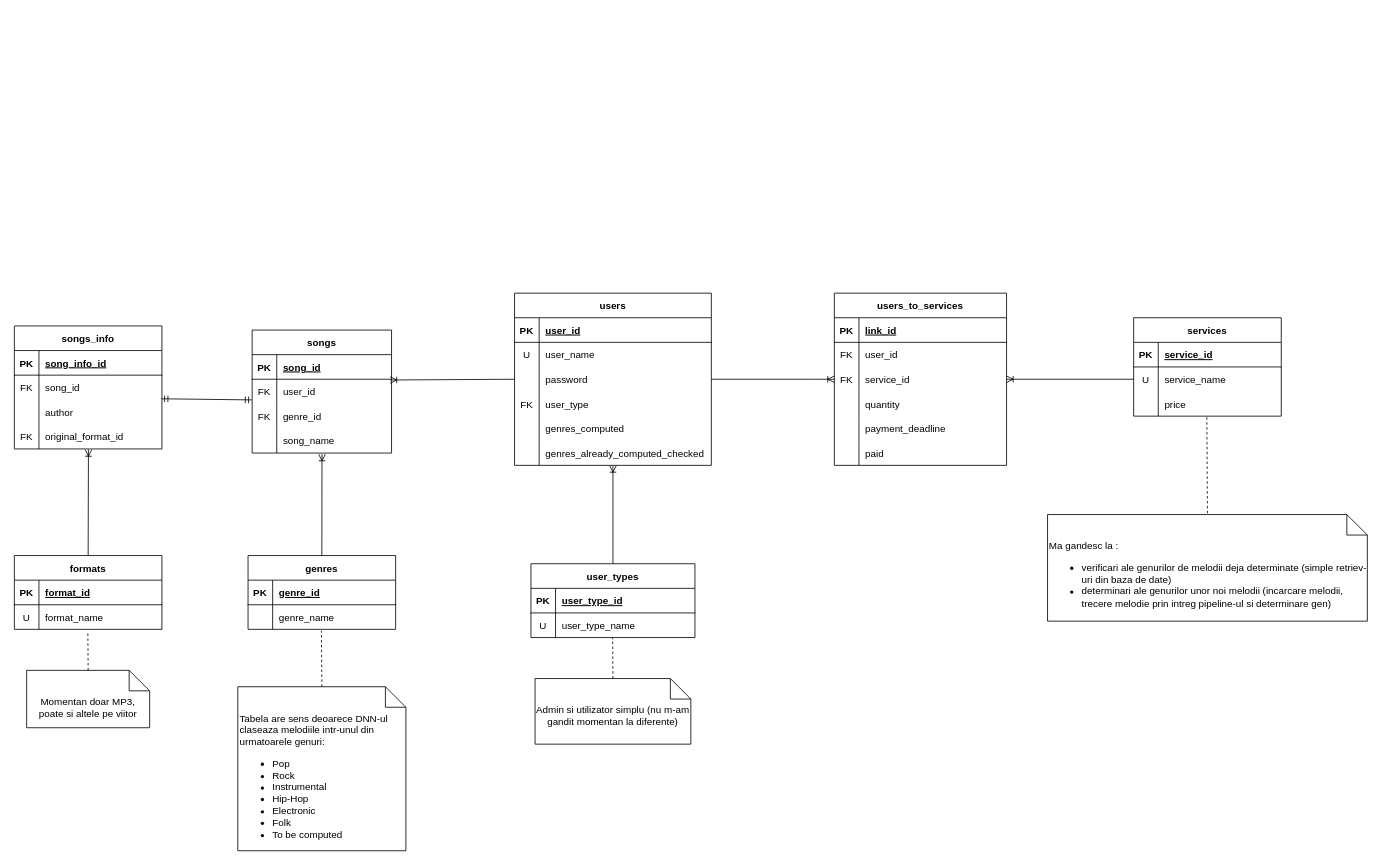
Above: diagrams/Diagrama ER.drawio in PetruBabiuc/MusicGenreComputationMicroservices (draw.io), before the change. Source tidied: cells renumbered, new cells numbered last; positions are measured from the earlier drawing's top-left corner, leaving out a move shared by most shapes. Both pictures are drawn from the tidied source at 82%, with x=0, y=0 at pixel (14, 293).
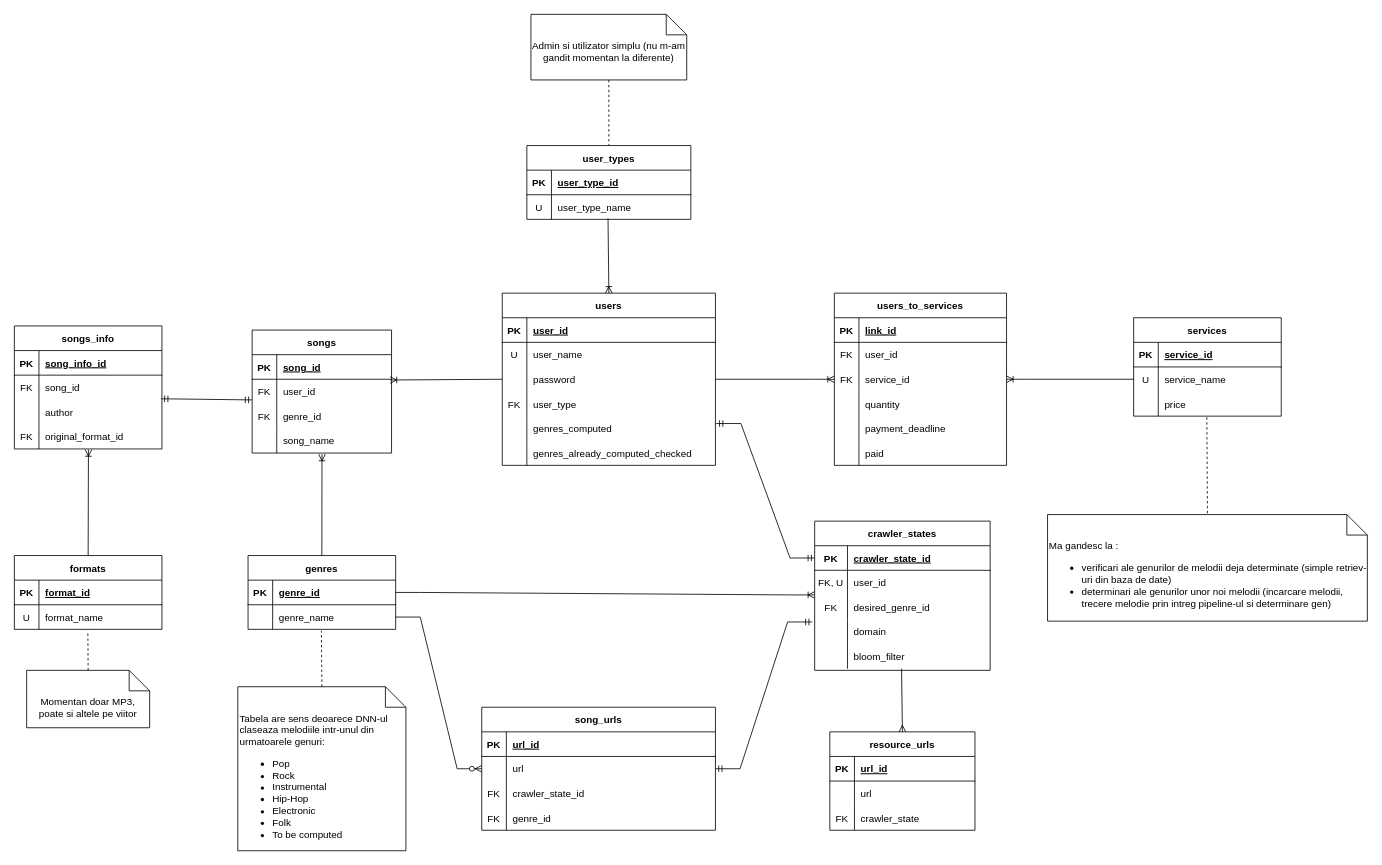
The same page after the edit.

The change refers to these unchanged cells:
```xml
<mxCell id="25" style="shape=tableRow;horizontal=0;startSize=0;swimlaneHead=0;swimlaneBody=0;fillColor=none;points=[[0,0.5],[1,0.5]];portConstraint=eastwest;top=0;left=0;right=0;bottom=0;" parent="21" vertex="1">
  <mxGeometry y="60" width="200" height="30" as="geometry" />
</mxCell>
<mxCell id="42" style="shape=tableRow;horizontal=0;startSize=0;swimlaneHead=0;swimlaneBody=0;fillColor=none;points=[[0,0.5],[1,0.5]];portConstraint=eastwest;top=0;left=0;right=0;bottom=1;" parent="41" vertex="1">
  <mxGeometry y="30" width="180" height="30" as="geometry" />
</mxCell>
<mxCell id="45" style="shape=tableRow;horizontal=0;startSize=0;swimlaneHead=0;swimlaneBody=0;fillColor=none;points=[[0,0.5],[1,0.5]];portConstraint=eastwest;top=0;left=0;right=0;bottom=0;" parent="41" vertex="1">
  <mxGeometry y="60" width="180" height="30" as="geometry" />
</mxCell>
```

The edit, as a diff of the source:
```diff
@@
     <mxCell id="2" value="users" style="shape=table;startSize=30;childLayout=tableLayout;rowLines=0;fontStyle=1;align=center;" parent="1" vertex="1">
-      <mxGeometry x="610" width="240" height="210" as="geometry" />
+      <mxGeometry x="595" width="260" height="210" as="geometry" />
     </mxCell>
     <mxCell id="3" style="shape=tableRow;horizontal=0;startSize=0;swimlaneHead=0;swimlaneBody=0;fillColor=none;top=0;left=0;right=0;bottom=1;" parent="2" vertex="1">
-      <mxGeometry y="30" width="240" height="30" as="geometry" />
+      <mxGeometry y="30" width="260" height="30" as="geometry" />
     </mxCell>
@@
     <mxCell id="5" value="user_id" style="shape=partialRectangle;fillColor=none;top=0;left=0;bottom=0;right=0;align=left;spacingLeft=6;fontStyle=5;overflow=hidden;" parent="3" vertex="1">
-      <mxGeometry x="30" width="210" height="30" as="geometry" />
+      <mxGeometry x="30" width="230" height="30" as="geometry" />
     </mxCell>
     <mxCell id="6" style="shape=tableRow;horizontal=0;startSize=0;swimlaneHead=0;swimlaneBody=0;fillColor=none;top=0;left=0;right=0;bottom=0;" parent="2" vertex="1">
-      <mxGeometry y="60" width="240" height="30" as="geometry" />
+      <mxGeometry y="60" width="260" height="30" as="geometry" />
     </mxCell>
@@
     <mxCell id="8" value="user_name" style="shape=partialRectangle;fillColor=none;top=0;left=0;bottom=0;right=0;align=left;spacingLeft=6;overflow=hidden;" parent="6" vertex="1">
-      <mxGeometry x="30" width="210" height="30" as="geometry" />
+      <mxGeometry x="30" width="230" height="30" as="geometry" />
     </mxCell>
     <mxCell id="9" style="shape=tableRow;horizontal=0;startSize=0;swimlaneHead=0;swimlaneBody=0;fillColor=none;points=[[0,0.5],[1,0.5]];portConstraint=eastwest;top=0;left=0;right=0;bottom=0;" parent="2" vertex="1">
-      <mxGeometry y="90" width="240" height="30" as="geometry" />
+      <mxGeometry y="90" width="260" height="30" as="geometry" />
     </mxCell>
@@
     <mxCell id="11" value="password" style="shape=partialRectangle;fillColor=none;top=0;left=0;bottom=0;right=0;align=left;spacingLeft=6;overflow=hidden;" parent="9" vertex="1">
-      <mxGeometry x="30" width="210" height="30" as="geometry" />
+      <mxGeometry x="30" width="230" height="30" as="geometry" />
     </mxCell>
     <mxCell id="12" style="shape=tableRow;horizontal=0;startSize=0;swimlaneHead=0;swimlaneBody=0;fillColor=none;top=0;left=0;right=0;bottom=0;" parent="2" vertex="1">
-      <mxGeometry y="120" width="240" height="30" as="geometry" />
+      <mxGeometry y="120" width="260" height="30" as="geometry" />
     </mxCell>
@@
     <mxCell id="14" value="user_type" style="shape=partialRectangle;fillColor=none;top=0;left=0;bottom=0;right=0;align=left;spacingLeft=6;overflow=hidden;" parent="12" vertex="1">
-      <mxGeometry x="30" width="210" height="30" as="geometry" />
+      <mxGeometry x="30" width="230" height="30" as="geometry" />
     </mxCell>
     <mxCell id="15" style="shape=tableRow;horizontal=0;startSize=0;swimlaneHead=0;swimlaneBody=0;fillColor=none;points=[[0,0.5],[1,0.5]];portConstraint=eastwest;top=0;left=0;right=0;bottom=0;" parent="2" vertex="1">
-      <mxGeometry y="150" width="240" height="30" as="geometry" />
+      <mxGeometry y="150" width="260" height="30" as="geometry" />
     </mxCell>
@@
     <mxCell id="17" value="genres_computed" style="shape=partialRectangle;fillColor=none;top=0;left=0;bottom=0;right=0;align=left;spacingLeft=6;fontStyle=0;overflow=hidden;" parent="15" vertex="1">
-      <mxGeometry x="30" width="210" height="30" as="geometry" />
+      <mxGeometry x="30" width="230" height="30" as="geometry" />
     </mxCell>
     <mxCell id="18" style="shape=tableRow;horizontal=0;startSize=0;swimlaneHead=0;swimlaneBody=0;fillColor=none;points=[[0,0.5],[1,0.5]];portConstraint=eastwest;top=0;left=0;right=0;bottom=0;" parent="2" vertex="1">
-      <mxGeometry y="180" width="240" height="30" as="geometry" />
+      <mxGeometry y="180" width="260" height="30" as="geometry" />
     </mxCell>
@@
     <mxCell id="20" value="genres_already_computed_checked" style="shape=partialRectangle;fillColor=none;top=0;left=0;bottom=0;right=0;align=left;spacingLeft=6;fontStyle=0;overflow=hidden;" parent="18" vertex="1">
-      <mxGeometry x="30" width="210" height="30" as="geometry" />
+      <mxGeometry x="30" width="230" height="30" as="geometry" />
     </mxCell>
     <mxCell id="21" value="user_types" style="shape=table;startSize=30;childLayout=tableLayout;rowLines=0;fontStyle=1;align=center;" parent="1" vertex="1">
-      <mxGeometry x="630" y="330" width="200" height="90" as="geometry" />
+      <mxGeometry x="625" y="-180" width="200" height="90" as="geometry" />
     </mxCell>
@@
-    <mxCell id="50" style="fontSize=12;html=1;endArrow=ERoneToMany;rounded=0;entryX=0.5;entryY=1.011;entryDx=0;entryDy=0;exitX=0.5;exitY=0;exitDx=0;exitDy=0;entryPerimeter=0;" parent="1" edge="1" source="21" target="18">
+    <mxCell id="50" style="fontSize=12;html=1;endArrow=ERoneToMany;rounded=0;exitX=0.495;exitY=0.967;exitDx=0;exitDy=0;entryX=0.5;entryY=0;entryDx=0;entryDy=0;exitPerimeter=0;" parent="1" edge="1" source="25" target="2">
       <mxGeometry relative="1" as="geometry" />
     </mxCell>
@@
     <mxCell id="85" value="Admin si utilizator simplu (nu m-am gandit momentan la diferente)" style="shape=note2;boundedLbl=1;whiteSpace=wrap;html=1;size=25;verticalAlign=top;align=center;" parent="1" vertex="1">
-      <mxGeometry x="635" y="470" width="190" height="80" as="geometry" />
+      <mxGeometry x="630" y="-340" width="190" height="80" as="geometry" />
     </mxCell>
@@
-    <mxCell id="89" style="endArrow=none;dashed=1;html=1;rounded=0;exitX=0.5;exitY=0;exitDx=0;exitDy=0;exitPerimeter=0;entryX=0.498;entryY=1.02;entryDx=0;entryDy=0;entryPerimeter=0;" parent="1" edge="1" source="85" target="25">
+    <mxCell id="89" style="endArrow=none;dashed=1;html=1;rounded=0;exitX=0.5;exitY=1;exitDx=0;exitDy=0;exitPerimeter=0;entryX=0.5;entryY=0;entryDx=0;entryDy=0;" parent="1" edge="1" source="85" target="21">
       <mxGeometry relative="1" as="geometry" />
     </mxCell>
@@
+    <mxCell id="112" value="crawler_states" style="shape=table;startSize=30;childLayout=tableLayout;rowLines=0;fontStyle=1;align=center;" parent="1" vertex="1">
+      <mxGeometry x="976" y="278" width="214" height="182" as="geometry" />
+    </mxCell>
+    <mxCell id="113" style="shape=tableRow;horizontal=0;startSize=0;swimlaneHead=0;swimlaneBody=0;fillColor=none;points=[[0,0.5],[1,0.5]];portConstraint=eastwest;top=0;left=0;right=0;bottom=1;" parent="112" vertex="1">
+      <mxGeometry y="30" width="214" height="30" as="geometry" />
+    </mxCell>
+    <mxCell id="114" value="PK" style="shape=partialRectangle;fillColor=none;top=0;left=0;bottom=0;right=0;fontStyle=1;overflow=hidden;" parent="113" vertex="1">
+      <mxGeometry width="40" height="30" as="geometry" />
+    </mxCell>
+    <mxCell id="115" value="crawler_state_id" style="shape=partialRectangle;fillColor=none;top=0;left=0;bottom=0;right=0;align=left;spacingLeft=6;fontStyle=5;overflow=hidden;" parent="113" vertex="1">
+      <mxGeometry x="40" width="174" height="30" as="geometry" />
+    </mxCell>
+    <mxCell id="116" style="shape=tableRow;horizontal=0;startSize=0;swimlaneHead=0;swimlaneBody=0;fillColor=none;top=0;left=0;right=0;bottom=0;" parent="112" vertex="1">
+      <mxGeometry y="60" width="214" height="30" as="geometry" />
+    </mxCell>
+    <mxCell id="117" value="FK, U" style="shape=partialRectangle;fillColor=none;top=0;left=0;bottom=0;right=0;overflow=hidden;" parent="116" vertex="1">
+      <mxGeometry width="40" height="30" as="geometry" />
+    </mxCell>
+    <mxCell id="118" value="user_id" style="shape=partialRectangle;fillColor=none;top=0;left=0;bottom=0;right=0;align=left;spacingLeft=6;overflow=hidden;" parent="116" vertex="1">
+      <mxGeometry x="40" width="174" height="30" as="geometry" />
+    </mxCell>
+    <mxCell id="119" style="shape=tableRow;horizontal=0;startSize=0;swimlaneHead=0;swimlaneBody=0;fillColor=none;points=[[0,0.5],[1,0.5]];portConstraint=eastwest;top=0;left=0;right=0;bottom=0;" parent="112" vertex="1">
+      <mxGeometry y="90" width="214" height="30" as="geometry" />
+    </mxCell>
+    <mxCell id="120" value="FK" style="shape=partialRectangle;fillColor=none;top=0;left=0;bottom=0;right=0;overflow=hidden;" parent="119" vertex="1">
+      <mxGeometry width="40" height="30" as="geometry" />
+    </mxCell>
+    <mxCell id="121" value="desired_genre_id" style="shape=partialRectangle;fillColor=none;top=0;left=0;bottom=0;right=0;align=left;spacingLeft=6;overflow=hidden;" parent="119" vertex="1">
+      <mxGeometry x="40" width="174" height="30" as="geometry" />
+    </mxCell>
+    <mxCell id="122" style="shape=tableRow;horizontal=0;startSize=0;swimlaneHead=0;swimlaneBody=0;fillColor=none;top=0;left=0;right=0;bottom=0;" parent="112" vertex="1">
+      <mxGeometry y="120" width="214" height="30" as="geometry" />
+    </mxCell>
+    <mxCell id="123" value="   " style="shape=partialRectangle;fillColor=none;top=0;left=0;bottom=0;right=0;fontStyle=0;overflow=hidden;" parent="122" vertex="1">
+      <mxGeometry width="40" height="30" as="geometry" />
+    </mxCell>
+    <mxCell id="124" value="domain" style="shape=partialRectangle;fillColor=none;top=0;left=0;bottom=0;right=0;align=left;spacingLeft=6;fontStyle=0;overflow=hidden;" parent="122" vertex="1">
+      <mxGeometry x="40" width="174" height="30" as="geometry" />
+    </mxCell>
+    <mxCell id="125" style="shape=tableRow;horizontal=0;startSize=0;swimlaneHead=0;swimlaneBody=0;fillColor=none;points=[[0,0.5],[1,0.5]];portConstraint=eastwest;top=0;left=0;right=0;bottom=0;" parent="112" vertex="1">
+      <mxGeometry y="150" width="214" height="30" as="geometry" />
+    </mxCell>
+    <mxCell id="126" style="shape=partialRectangle;fillColor=none;top=0;left=0;bottom=0;right=0;fontStyle=0;overflow=hidden;" parent="125" vertex="1">
+      <mxGeometry width="40" height="30" as="geometry" />
+    </mxCell>
+    <mxCell id="127" value="bloom_filter" style="shape=partialRectangle;fillColor=none;top=0;left=0;bottom=0;right=0;align=left;spacingLeft=6;fontStyle=0;overflow=hidden;" parent="125" vertex="1">
+      <mxGeometry x="40" width="174" height="30" as="geometry" />
+    </mxCell>
+    <mxCell id="128" style="edgeStyle=entityRelationEdgeStyle;fontSize=12;html=1;endArrow=ERmandOne;startArrow=ERmandOne;rounded=0;entryX=0;entryY=0.5;entryDx=0;entryDy=0;exitX=1.004;exitY=0.3;exitDx=0;exitDy=0;exitPerimeter=0;" parent="1" edge="1" source="15" target="113">
+      <mxGeometry relative="1" as="geometry" />
+    </mxCell>
+    <mxCell id="129" style="edgeStyle=entityRelationEdgeStyle;fontSize=12;html=1;endArrow=ERoneToMany;rounded=0;exitX=1;exitY=0.5;exitDx=0;exitDy=0;entryX=0;entryY=0;entryDx=0;entryDy=0;entryPerimeter=0;" parent="1" edge="1" source="42" target="119">
+      <mxGeometry relative="1" as="geometry" />
+    </mxCell>
+    <mxCell id="130" value="song_urls" style="shape=table;startSize=30;childLayout=tableLayout;rowLines=0;fontStyle=1;align=center;" parent="1" vertex="1">
+      <mxGeometry x="570" y="505" width="285" height="150" as="geometry" />
+    </mxCell>
+    <mxCell id="131" style="shape=tableRow;horizontal=0;startSize=0;swimlaneHead=0;swimlaneBody=0;fillColor=none;top=0;left=0;right=0;bottom=1;" parent="130" vertex="1">
+      <mxGeometry y="30" width="285" height="30" as="geometry" />
+    </mxCell>
+    <mxCell id="132" value="PK" style="shape=partialRectangle;fillColor=none;top=0;left=0;bottom=0;right=0;fontStyle=1;overflow=hidden;" parent="131" vertex="1">
+      <mxGeometry width="30" height="30" as="geometry" />
+    </mxCell>
+    <mxCell id="133" value="url_id" style="shape=partialRectangle;fillColor=none;top=0;left=0;bottom=0;right=0;align=left;spacingLeft=6;fontStyle=5;overflow=hidden;" parent="131" vertex="1">
+      <mxGeometry x="30" width="255" height="30" as="geometry" />
+    </mxCell>
+    <mxCell id="134" style="shape=tableRow;horizontal=0;startSize=0;swimlaneHead=0;swimlaneBody=0;fillColor=none;points=[[0,0.5],[1,0.5]];portConstraint=eastwest;top=0;left=0;right=0;bottom=0;" parent="130" vertex="1">
+      <mxGeometry y="60" width="285" height="30" as="geometry" />
+    </mxCell>
+    <mxCell id="135" style="shape=partialRectangle;fillColor=none;top=0;left=0;bottom=0;right=0;fontStyle=0;overflow=hidden;" parent="134" vertex="1">
+      <mxGeometry width="30" height="30" as="geometry" />
+    </mxCell>
+    <mxCell id="136" value="url" style="shape=partialRectangle;fillColor=none;top=0;left=0;bottom=0;right=0;align=left;spacingLeft=6;fontStyle=0;overflow=hidden;" parent="134" vertex="1">
+      <mxGeometry x="30" width="255" height="30" as="geometry" />
+    </mxCell>
+    <mxCell id="137" style="shape=tableRow;horizontal=0;startSize=0;swimlaneHead=0;swimlaneBody=0;fillColor=none;top=0;left=0;right=0;bottom=0;" parent="130" vertex="1">
+      <mxGeometry y="90" width="285" height="30" as="geometry" />
+    </mxCell>
+    <mxCell id="138" value="FK" style="shape=partialRectangle;fillColor=none;top=0;left=0;bottom=0;right=0;overflow=hidden;" parent="137" vertex="1">
+      <mxGeometry width="30" height="30" as="geometry" />
+    </mxCell>
+    <mxCell id="139" value="crawler_state_id" style="shape=partialRectangle;fillColor=none;top=0;left=0;bottom=0;right=0;align=left;spacingLeft=6;overflow=hidden;" parent="137" vertex="1">
+      <mxGeometry x="30" width="255" height="30" as="geometry" />
+    </mxCell>
+    <mxCell id="140" style="shape=tableRow;horizontal=0;startSize=0;swimlaneHead=0;swimlaneBody=0;fillColor=none;top=0;left=0;right=0;bottom=0;" parent="130" vertex="1">
+      <mxGeometry y="120" width="285" height="30" as="geometry" />
+    </mxCell>
+    <mxCell id="141" value="FK" style="shape=partialRectangle;fillColor=none;top=0;left=0;bottom=0;right=0;fontStyle=0;overflow=hidden;" parent="140" vertex="1">
+      <mxGeometry width="30" height="30" as="geometry" />
+    </mxCell>
+    <mxCell id="142" value="genre_id" style="shape=partialRectangle;fillColor=none;top=0;left=0;bottom=0;right=0;align=left;spacingLeft=6;fontStyle=0;overflow=hidden;" parent="140" vertex="1">
+      <mxGeometry x="30" width="255" height="30" as="geometry" />
+    </mxCell>
+    <mxCell id="143" style="edgeStyle=entityRelationEdgeStyle;fontSize=12;html=1;endArrow=ERmandOne;startArrow=ERmandOne;rounded=0;exitX=1;exitY=0.5;exitDx=0;exitDy=0;entryX=-0.014;entryY=1.1;entryDx=0;entryDy=0;entryPerimeter=0;" parent="1" edge="1" source="134" target="119">
+      <mxGeometry relative="1" as="geometry" />
+    </mxCell>
+    <mxCell id="144" style="edgeStyle=entityRelationEdgeStyle;fontSize=12;html=1;endArrow=ERzeroToMany;endFill=1;rounded=0;exitX=1;exitY=0.5;exitDx=0;exitDy=0;entryX=0;entryY=0.5;entryDx=0;entryDy=0;" parent="1" edge="1" source="45" target="134">
+      <mxGeometry relative="1" as="geometry" />
+    </mxCell>
+    <mxCell id="145" value="resource_urls" style="shape=table;startSize=30;childLayout=tableLayout;rowLines=0;fontStyle=1;align=center;" parent="1" vertex="1">
+      <mxGeometry x="994.5" y="535" width="177" height="120" as="geometry" />
+    </mxCell>
+    <mxCell id="146" style="shape=tableRow;horizontal=0;startSize=0;swimlaneHead=0;swimlaneBody=0;fillColor=none;top=0;left=0;right=0;bottom=1;" parent="145" vertex="1">
+      <mxGeometry y="30" width="177" height="30" as="geometry" />
+    </mxCell>
+    <mxCell id="147" value="PK" style="shape=partialRectangle;fillColor=none;top=0;left=0;bottom=0;right=0;fontStyle=1;overflow=hidden;" parent="146" vertex="1">
+      <mxGeometry width="30" height="30" as="geometry" />
+    </mxCell>
+    <mxCell id="148" value="url_id" style="shape=partialRectangle;fillColor=none;top=0;left=0;bottom=0;right=0;align=left;spacingLeft=6;fontStyle=5;overflow=hidden;" parent="146" vertex="1">
+      <mxGeometry x="30" width="147" height="30" as="geometry" />
+    </mxCell>
+    <mxCell id="149" style="shape=tableRow;horizontal=0;startSize=0;swimlaneHead=0;swimlaneBody=0;fillColor=none;top=0;left=0;right=0;bottom=0;" parent="145" vertex="1">
+      <mxGeometry y="60" width="177" height="30" as="geometry" />
+    </mxCell>
+    <mxCell id="150" style="shape=partialRectangle;fillColor=none;top=0;left=0;bottom=0;right=0;overflow=hidden;" parent="149" vertex="1">
+      <mxGeometry width="30" height="30" as="geometry" />
+    </mxCell>
+    <mxCell id="151" value="url" style="shape=partialRectangle;fillColor=none;top=0;left=0;bottom=0;right=0;align=left;spacingLeft=6;overflow=hidden;" parent="149" vertex="1">
+      <mxGeometry x="30" width="147" height="30" as="geometry" />
+    </mxCell>
+    <mxCell id="152" style="shape=tableRow;horizontal=0;startSize=0;swimlaneHead=0;swimlaneBody=0;fillColor=none;top=0;left=0;right=0;bottom=0;" parent="145" vertex="1">
+      <mxGeometry y="90" width="177" height="30" as="geometry" />
+    </mxCell>
+    <mxCell id="153" value="FK" style="shape=partialRectangle;fillColor=none;top=0;left=0;bottom=0;right=0;overflow=hidden;" parent="152" vertex="1">
+      <mxGeometry width="30" height="30" as="geometry" />
+    </mxCell>
+    <mxCell id="154" value="crawler_state" style="shape=partialRectangle;fillColor=none;top=0;left=0;bottom=0;right=0;align=left;spacingLeft=6;overflow=hidden;" parent="152" vertex="1">
+      <mxGeometry x="30" width="147" height="30" as="geometry" />
+    </mxCell>
+    <mxCell id="155" style="fontSize=12;html=1;endArrow=ERmany;rounded=0;exitX=0.495;exitY=1;exitDx=0;exitDy=0;exitPerimeter=0;entryX=0.5;entryY=0;entryDx=0;entryDy=0;" parent="1" edge="1" source="125" target="145">
+      <mxGeometry relative="1" as="geometry" />
+    </mxCell>
```
